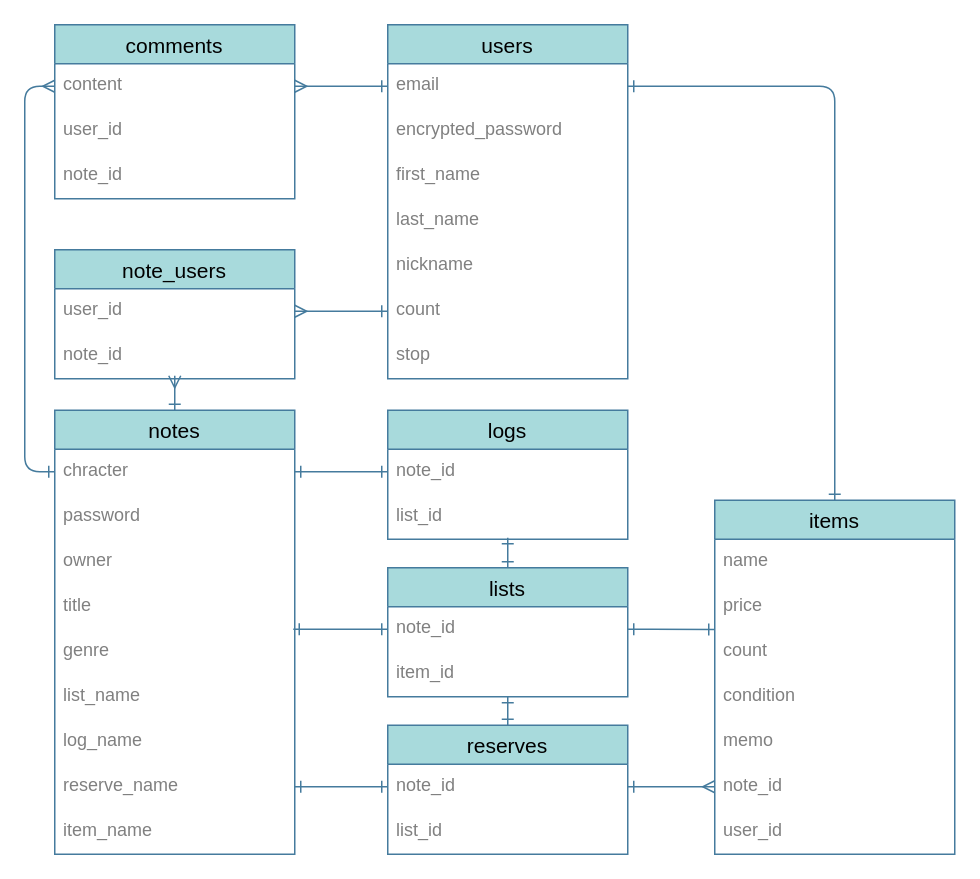
This is ER.dio from saraya103/bager, a draw.io file, before an edit. Source tidied: cells renumbered, new cells numbered last; positions are measured from the earlier drawing's top-left corner, leaving out a move shared by most shapes. Both pictures are drawn from the tidied source at 150%, with x=0, y=0 at pixel (54, 24).
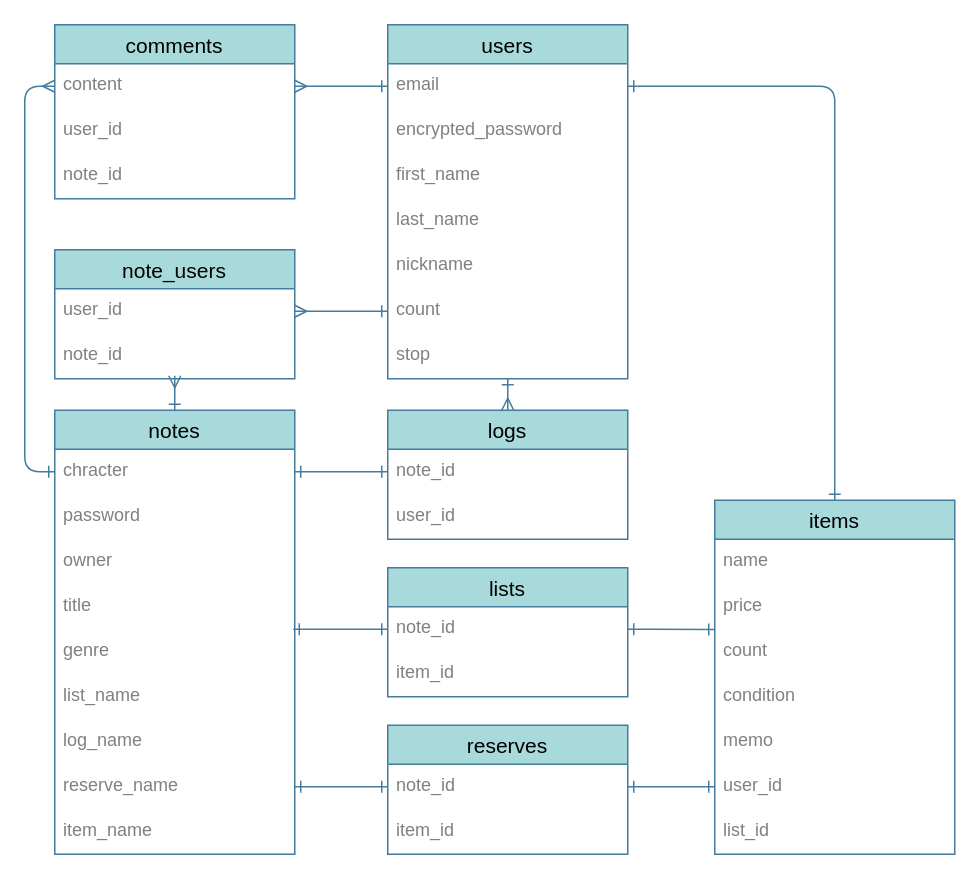
The same diagram, later.

Commit message:
ERmap update(assosiation edit)

The change refers to these unchanged cells:
```xml
<mxCell id="17" value="lists" style="swimlane;fontStyle=0;horizontal=1;startSize=26;align=center;fontSize=14;rounded=0;sketch=0;strokeColor=#457B9D;fillColor=#A8DADC;fontColor=#000000;" parent="1" vertex="1">
  <mxGeometry x="222" y="362" width="160" height="86" as="geometry" />
</mxCell>
<mxCell id="20" value="logs" style="swimlane;fontStyle=0;horizontal=1;startSize=26;align=center;fontSize=14;rounded=0;sketch=0;strokeColor=#457B9D;fillColor=#A8DADC;fontColor=#000000;" parent="1" vertex="1">
  <mxGeometry x="222" y="257" width="160" height="86" as="geometry" />
</mxCell>
<mxCell id="23" value="items" style="swimlane;fontStyle=0;horizontal=1;startSize=26;align=center;fontSize=14;rounded=0;sketch=0;strokeColor=#457B9D;fillColor=#A8DADC;fontColor=#000000;" parent="1" vertex="1">
  <mxGeometry x="440" y="317" width="160" height="236" as="geometry" />
</mxCell>
<mxCell id="32" value="reserves" style="swimlane;fontStyle=0;horizontal=1;startSize=26;align=center;fontSize=14;rounded=0;sketch=0;strokeColor=#457B9D;fillColor=#A8DADC;fontColor=#000000;" parent="1" vertex="1">
  <mxGeometry x="222" y="467" width="160" height="86" as="geometry" />
</mxCell>
<mxCell id="33" value="note_id" style="text;strokeColor=none;fillColor=none;spacingLeft=4;spacingRight=4;overflow=hidden;points=[[0,0.5],[1,0.5]];portConstraint=eastwest;fontSize=12;fontColor=#808080;" parent="32" vertex="1">
  <mxGeometry y="26" width="160" height="30" as="geometry" />
</mxCell>
<mxCell id="35" value="users" style="swimlane;fontStyle=0;horizontal=1;startSize=26;align=center;fontSize=14;rounded=0;sketch=0;strokeColor=#457B9D;fillColor=#A8DADC;fontColor=#000000;" parent="1" vertex="1">
  <mxGeometry x="222" width="160" height="236" as="geometry" />
</mxCell>
```

Diff of the diagram source:
```diff
@@
-    <mxCell id="16" style="edgeStyle=orthogonalEdgeStyle;curved=0;rounded=1;sketch=0;jettySize=auto;html=1;exitX=0.5;exitY=0;exitDx=0;exitDy=0;entryX=0.5;entryY=0.967;entryDx=0;entryDy=0;entryPerimeter=0;endArrow=ERone;endFill=0;strokeColor=#457B9D;fillColor=#A8DADC;fontColor=#808080;startArrow=ERone;startFill=0;" parent="1" edge="1" source="17" target="22">
-      <mxGeometry relative="1" as="geometry" />
-    </mxCell>
@@
-    <mxCell id="22" value="list_id" style="text;strokeColor=none;fillColor=none;spacingLeft=4;spacingRight=4;overflow=hidden;points=[[0,0.5],[1,0.5]];portConstraint=eastwest;fontSize=12;fontColor=#808080;" parent="20" vertex="1">
+    <mxCell id="22" value="user_id" style="text;strokeColor=none;fillColor=none;spacingLeft=4;spacingRight=4;overflow=hidden;points=[[0,0.5],[1,0.5]];portConstraint=eastwest;fontSize=12;fontColor=#808080;" parent="20" vertex="1">
       <mxGeometry y="56" width="160" height="30" as="geometry" />
     </mxCell>
@@
+    <mxCell id="30" value="user_id" style="text;strokeColor=none;fillColor=none;spacingLeft=4;spacingRight=4;overflow=hidden;points=[[0,0.5],[1,0.5]];portConstraint=eastwest;fontSize=12;fontColor=#808080;" parent="23" vertex="1">
+      <mxGeometry y="176" width="160" height="30" as="geometry" />
+    </mxCell>
-    <mxCell id="29" value="note_id" style="text;strokeColor=none;fillColor=none;spacingLeft=4;spacingRight=4;overflow=hidden;points=[[0,0.5],[1,0.5]];portConstraint=eastwest;fontSize=12;fontColor=#808080;" parent="23" vertex="1">
-      <mxGeometry y="176" width="160" height="30" as="geometry" />
+    <mxCell id="29" value="list_id" style="text;strokeColor=none;fillColor=none;spacingLeft=4;spacingRight=4;overflow=hidden;points=[[0,0.5],[1,0.5]];portConstraint=eastwest;fontSize=12;fontColor=#808080;" parent="23" vertex="1">
+      <mxGeometry y="206" width="160" height="30" as="geometry" />
     </mxCell>
-    <mxCell id="30" value="user_id" style="text;strokeColor=none;fillColor=none;spacingLeft=4;spacingRight=4;overflow=hidden;points=[[0,0.5],[1,0.5]];portConstraint=eastwest;fontSize=12;fontColor=#808080;" parent="23" vertex="1">
-      <mxGeometry y="206" width="160" height="30" as="geometry" />
-    </mxCell>
-    <mxCell id="31" style="edgeStyle=orthogonalEdgeStyle;curved=0;rounded=1;sketch=0;jettySize=auto;html=1;exitX=0.5;exitY=0;exitDx=0;exitDy=0;endArrow=ERone;endFill=0;strokeColor=#457B9D;fillColor=#A8DADC;fontColor=#808080;startArrow=ERone;startFill=0;" parent="1" edge="1" source="32">
-      <mxGeometry relative="1" as="geometry">
-        <mxPoint x="302" y="448" as="targetPoint" />
-      </mxGeometry>
+    <mxCell id="31" style="edgeStyle=orthogonalEdgeStyle;curved=0;rounded=1;sketch=0;jettySize=auto;html=1;exitX=0.5;exitY=0;exitDx=0;exitDy=0;endArrow=ERone;endFill=0;strokeColor=#457B9D;fillColor=#A8DADC;fontColor=#808080;startArrow=ERmany;startFill=0;entryX=0.5;entryY=1;entryDx=0;entryDy=0;" parent="1" edge="1" source="20" target="35">
+      <mxGeometry relative="1" as="geometry" />
     </mxCell>
@@
-    <mxCell id="34" value="list_id" style="text;strokeColor=none;fillColor=none;spacingLeft=4;spacingRight=4;overflow=hidden;fontSize=12;fontColor=#808080;" parent="32" vertex="1">
+    <mxCell id="34" value="item_id" style="text;strokeColor=none;fillColor=none;spacingLeft=4;spacingRight=4;overflow=hidden;fontSize=12;fontColor=#808080;" parent="32" vertex="1">
       <mxGeometry y="56" width="160" height="30" as="geometry" />
     </mxCell>
@@
-    <mxCell id="48" style="edgeStyle=orthogonalEdgeStyle;curved=0;rounded=1;sketch=0;jettySize=auto;html=1;exitX=1;exitY=0.5;exitDx=0;exitDy=0;entryX=0;entryY=0.5;entryDx=0;entryDy=0;startArrow=ERone;startFill=0;endArrow=ERmany;endFill=0;strokeColor=#457B9D;fillColor=#A8DADC;fontColor=#808080;" parent="1" edge="1" source="33" target="29">
+    <mxCell id="48" style="edgeStyle=orthogonalEdgeStyle;curved=0;rounded=1;sketch=0;jettySize=auto;html=1;exitX=1;exitY=0.5;exitDx=0;exitDy=0;entryX=0;entryY=0.5;entryDx=0;entryDy=0;startArrow=ERone;startFill=0;endArrow=ERone;endFill=0;strokeColor=#457B9D;fillColor=#A8DADC;fontColor=#808080;" parent="1" edge="1" source="33" target="30">
       <mxGeometry relative="1" as="geometry" />
     </mxCell>
```
